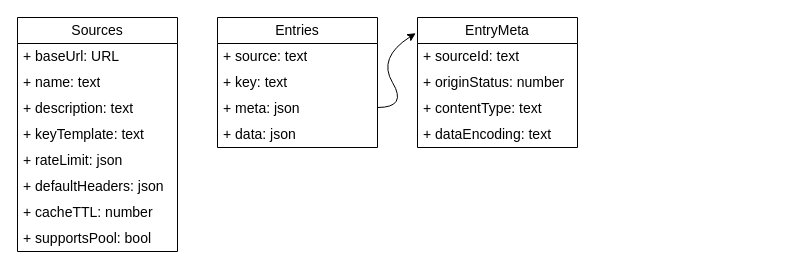
Earlier version of the draw.io diagram page "DataModel" (7 of 7) of docs/buffetd.drawio (Buffetd/buffetd). Source tidied: cells renumbered, new cells numbered last; positions are measured from the earlier drawing's top-left corner, leaving out a move shared by most shapes. Both pictures are drawn from the tidied source at 100%, with x=0, y=0 at pixel (17, 17).
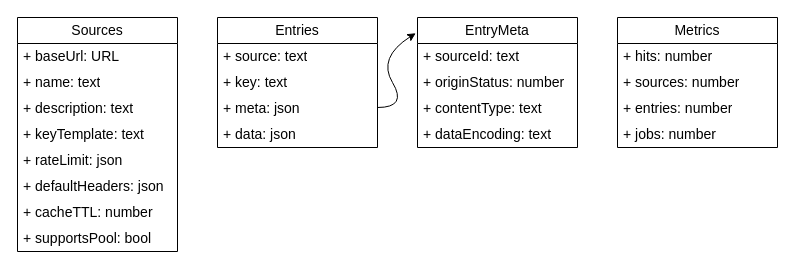
The same diagram, later.

Change to the diagram source:
```diff
@@
+    <mxCell id="22" value="Metrics" style="swimlane;fontStyle=0;horizontal=1;startSize=26;fillColor=none;whiteSpace=wrap;html=1;fontSize=14;" parent="1" vertex="1">
+      <mxGeometry x="600" width="160" height="130" as="geometry" />
+    </mxCell>
+    <mxCell id="23" value="+ hits: number" style="text;strokeColor=none;fillColor=none;align=left;verticalAlign=middle;spacingLeft=4;spacingRight=4;overflow=hidden;whiteSpace=wrap;html=1;fontSize=14;" parent="22" vertex="1">
+      <mxGeometry y="26" width="160" height="26" as="geometry" />
+    </mxCell>
+    <mxCell id="24" value="+ sources: number" style="text;strokeColor=none;fillColor=none;align=left;verticalAlign=middle;spacingLeft=4;spacingRight=4;overflow=hidden;whiteSpace=wrap;html=1;fontSize=14;" parent="22" vertex="1">
+      <mxGeometry y="52" width="160" height="26" as="geometry" />
+    </mxCell>
+    <mxCell id="25" value="+ entries: number" style="text;strokeColor=none;fillColor=none;align=left;verticalAlign=middle;spacingLeft=4;spacingRight=4;overflow=hidden;whiteSpace=wrap;html=1;fontSize=14;" parent="22" vertex="1">
+      <mxGeometry y="78" width="160" height="26" as="geometry" />
+    </mxCell>
+    <mxCell id="26" value="+ jobs: number" style="text;strokeColor=none;fillColor=none;align=left;verticalAlign=middle;spacingLeft=4;spacingRight=4;overflow=hidden;whiteSpace=wrap;html=1;fontSize=14;" parent="22" vertex="1">
+      <mxGeometry y="104" width="160" height="26" as="geometry" />
+    </mxCell>
```
